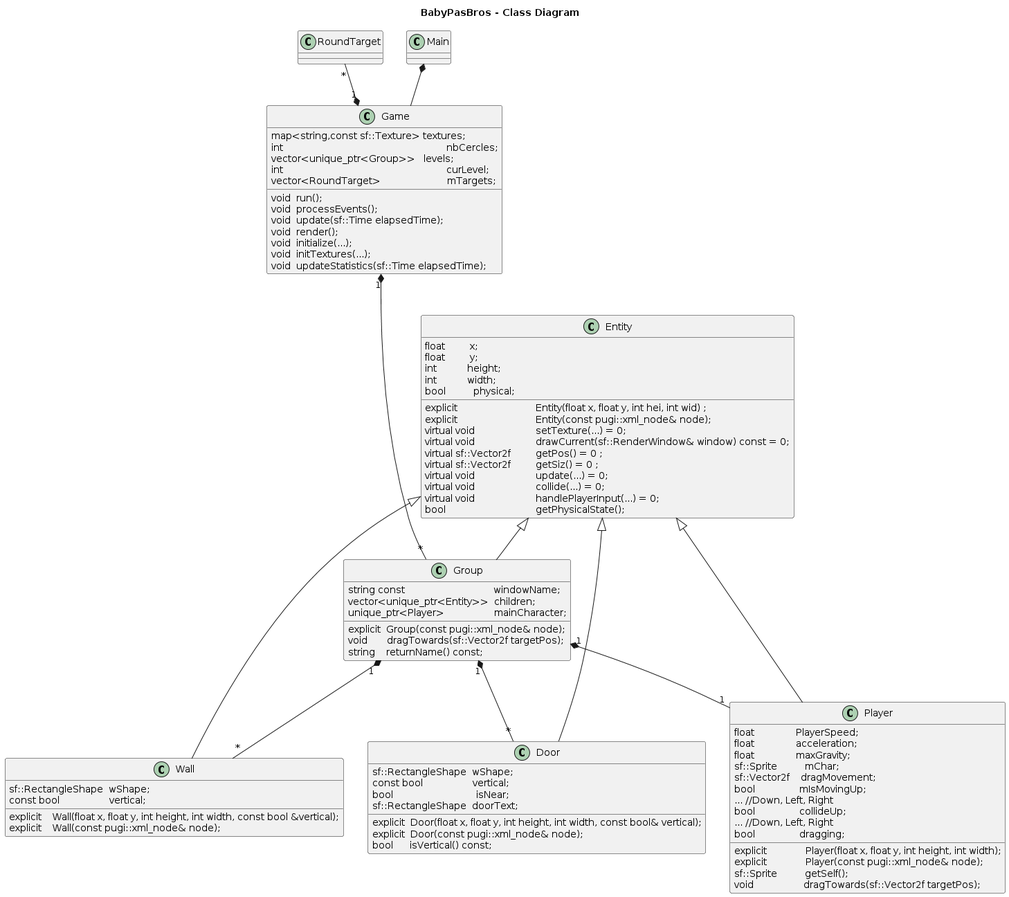
Above: Class_Diagram.png in ThELud0/BabyPasBros (PlantUML), before the change. The source it was exported from:
```plantuml
@startuml
title BabyPasBros - Class Diagram


class Game {
void  run();
void  processEvents();
void  update(sf::Time elapsedTime);
void  render();
void  initialize(...);
void  initTextures(...);
void  updateStatistics(sf::Time elapsedTime);


map<string,const sf::Texture> textures;
int                                                           nbCercles;
vector<unique_ptr<Group>>   levels;
int                                                           curLevel;
vector<RoundTarget>                        mTargets;
}


class Main


class RoundTarget


class Entity {
explicit				Entity(float x, float y, int hei, int wid) ;
explicit				Entity(const pugi::xml_node& node);
virtual void			setTexture(...) = 0;
virtual void			drawCurrent(sf::RenderWindow& window) const = 0;
virtual sf::Vector2f  	getPos() = 0 ;
virtual sf::Vector2f  	getSiz() = 0 ;
virtual void			update(...) = 0;
virtual void			collide(...) = 0;
virtual void			handlePlayerInput(...) = 0;
bool					getPhysicalState();

float         x;
float         y;
int           height;
int           width;
bool          physical;

}


class Wall {
explicit    Wall(float x, float y, int height, int width, const bool &vertical);
explicit    Wall(const pugi::xml_node& node);
sf::RectangleShape  wShape;
const bool                  vertical;
}


class Door {
explicit  Door(float x, float y, int height, int width, const bool& vertical);
explicit  Door(const pugi::xml_node& node);
bool      isVertical() const;
sf::RectangleShape  wShape;
const bool                  vertical;
bool                              isNear;
sf::RectangleShape  doorText;
}


class Player{
explicit              Player(float x, float y, int height, int width);
explicit              Player(const pugi::xml_node& node);
sf::Sprite          getSelf();
void                  dragTowards(sf::Vector2f targetPos);

float               PlayerSpeed;
float               acceleration;
float               maxGravity;
sf::Sprite          mChar;
sf::Vector2f    dragMovement;
bool                mIsMovingUp;
... //Down, Left, Right
bool                collideUp;
... //Down, Left, Right
bool                dragging;
}


class Group {
explicit  Group(const pugi::xml_node& node);
void       dragTowards(sf::Vector2f targetPos);
string    returnName() const;
string const                                windowName;
vector<unique_ptr<Entity>>  children;
unique_ptr<Player>                  mainCharacter;
}




Main *-- Game
Game "1" *-up- "*" RoundTarget
Game "1" *--- "*" Group
Entity <|-- Wall
Entity <|-- Player
Entity <|-- Group
Entity <|-- Door
Group "1" *-- "*" Wall
Group "1" *-- "1" Player
Group "1" *-- "*" Door
@enduml
```
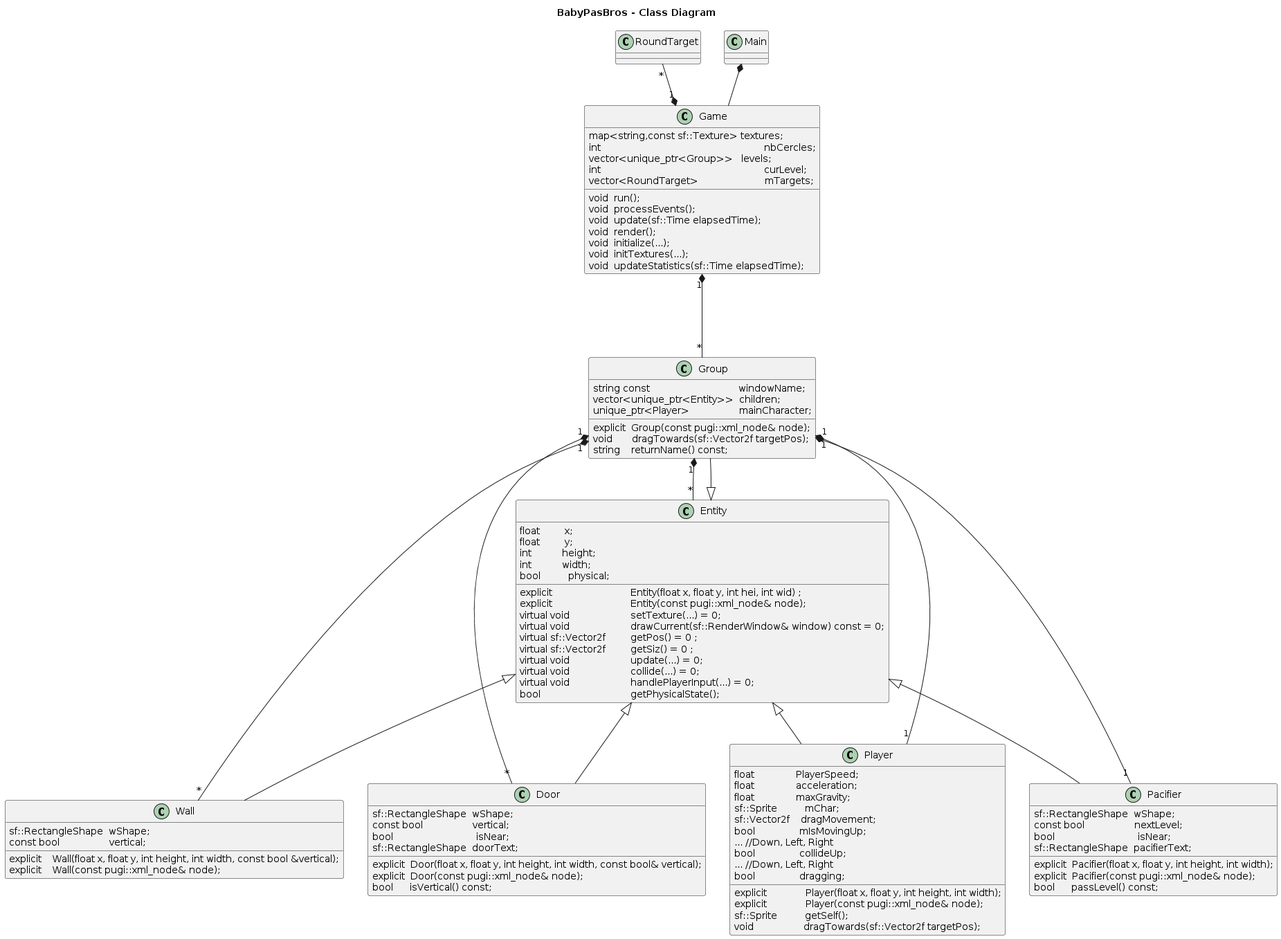
The same diagram one commit later.

Commit message:
updated class diagram

Diff of the diagram source:
```diff
@@ -94,6 +94,16 @@
 unique_ptr<Player>                  mainCharacter;
 }
 
+class Pacifier {
+explicit  Pacifier(float x, float y, int height, int width);
+explicit  Pacifier(const pugi::xml_node& node);
+bool      passLevel() const;
+sf::RectangleShape  wShape;
+const bool                  nextLevel;
+bool                              isNear;
+sf::RectangleShape  pacifierText;
+}
+
 
 
 
@@ -104,7 +114,10 @@
 Entity <|-- Player
 Entity <|-- Group
 Entity <|-- Door
+Entity <|-- Pacifier
 Group "1" *-- "*" Wall
 Group "1" *-- "1" Player
 Group "1" *-- "*" Door
+Group "1" *-- "1" Pacifier
+Group "1" *-- "*" Entity
 @enduml
```
